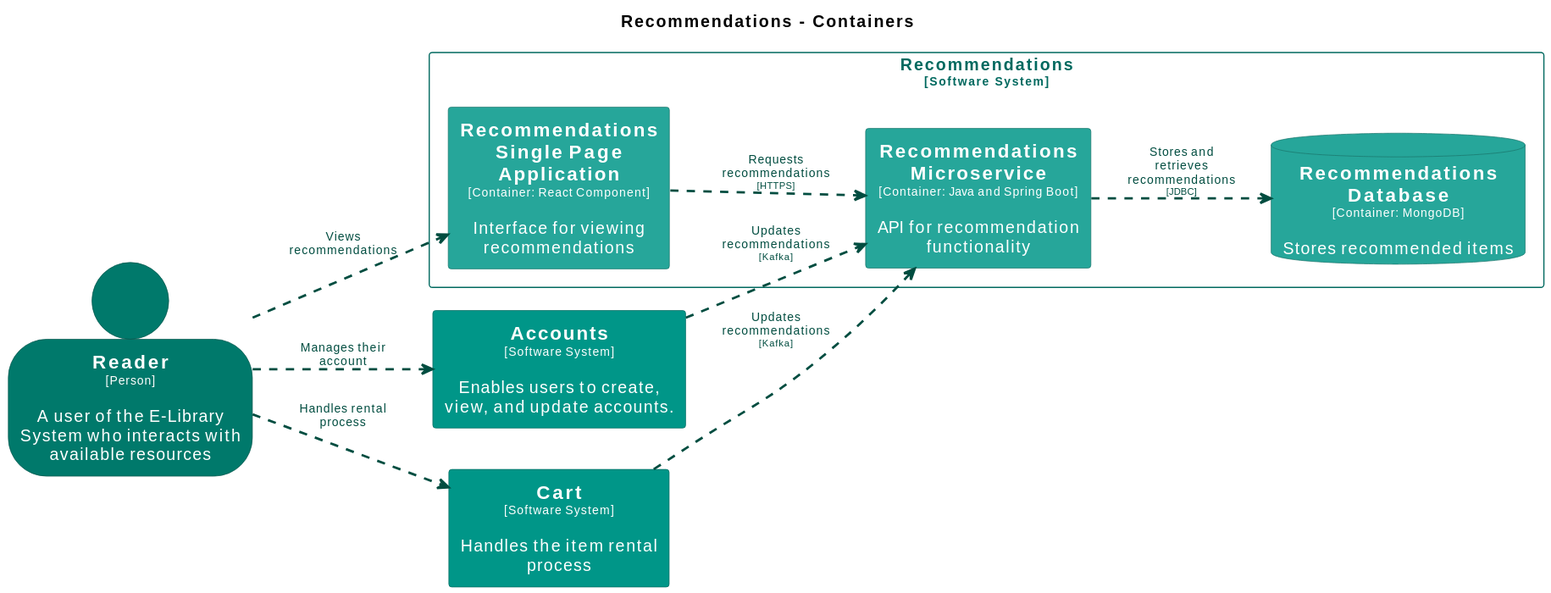
The PlantUML diagram main/svg/Container-005.svg in Goodmorning918/E-Library-Architecture, before a commit. Its source is kept beside it as main/puml/Container-005.puml. Source of this version:
```plantuml
@startuml
set separator none
title Recommendations - Containers

left to right direction

skinparam {
  arrowFontSize 10
  defaultTextAlignment center
  wrapWidth 200
  maxMessageSize 100
}

hide stereotype

skinparam rectangle<<Accounts>> {
  BackgroundColor #009688
  FontColor #ffffff
  BorderColor #00695f
  shadowing false
}
skinparam rectangle<<Cart>> {
  BackgroundColor #009688
  FontColor #ffffff
  BorderColor #00695f
  shadowing false
}
skinparam person<<Reader>> {
  BackgroundColor #00796b
  FontColor #ffffff
  BorderColor #00544a
  shadowing false
}
skinparam database<<Recommendations.RecommendationsDatabase>> {
  BackgroundColor #26a69a
  FontColor #ffffff
  BorderColor #1a746b
  shadowing false
}
skinparam rectangle<<Recommendations.RecommendationsMicroservice>> {
  BackgroundColor #26a69a
  FontColor #ffffff
  BorderColor #1a746b
  shadowing false
}
skinparam rectangle<<Recommendations.RecommendationsSinglePageApplication>> {
  BackgroundColor #26a69a
  FontColor #ffffff
  BorderColor #1a746b
  shadowing false
}
skinparam rectangle<<Recommendations>> {
  BorderColor #00695f
  FontColor #00695f
  shadowing false
}

person "==Reader\n<size:10>[Person]</size>\n\nA user of the E-Library System who interacts with available resources" <<Reader>> as Reader
rectangle "==Accounts\n<size:10>[Software System]</size>\n\nEnables users to create, view, and update accounts." <<Accounts>> as Accounts
rectangle "==Cart\n<size:10>[Software System]</size>\n\nHandles the item rental process" <<Cart>> as Cart

rectangle "Recommendations\n<size:10>[Software System]</size>" <<Recommendations>> {
  rectangle "==Recommendations Single Page Application\n<size:10>[Container: React Component]</size>\n\nInterface for viewing recommendations" <<Recommendations.RecommendationsSinglePageApplication>> as Recommendations.RecommendationsSinglePageApplication
  rectangle "==Recommendations Microservice\n<size:10>[Container: Java and Spring Boot]</size>\n\nAPI for recommendation functionality" <<Recommendations.RecommendationsMicroservice>> as Recommendations.RecommendationsMicroservice
  database "==Recommendations Database\n<size:10>[Container: MongoDB]</size>\n\nStores recommended items" <<Recommendations.RecommendationsDatabase>> as Recommendations.RecommendationsDatabase
}

Reader .[#004d40,thickness=2].> Accounts : "<color:#004d40>Manages their account"
Reader .[#004d40,thickness=2].> Cart : "<color:#004d40>Handles rental process"
Reader .[#004d40,thickness=2].> Recommendations.RecommendationsSinglePageApplication : "<color:#004d40>Views recommendations"
Accounts .[#004d40,thickness=2].> Recommendations.RecommendationsMicroservice : "<color:#004d40>Updates recommendations\n<color:#004d40><size:8>[Kafka]</size>"
Cart .[#004d40,thickness=2].> Recommendations.RecommendationsMicroservice : "<color:#004d40>Updates recommendations\n<color:#004d40><size:8>[Kafka]</size>"
Recommendations.RecommendationsSinglePageApplication .[#004d40,thickness=2].> Recommendations.RecommendationsMicroservice : "<color:#004d40>Requests recommendations\n<color:#004d40><size:8>[HTTPS]</size>"
Recommendations.RecommendationsMicroservice .[#004d40,thickness=2].> Recommendations.RecommendationsDatabase : "<color:#004d40>Stores and retrieves recommendations\n<color:#004d40><size:8>[JDBC]</size>"
@enduml
```
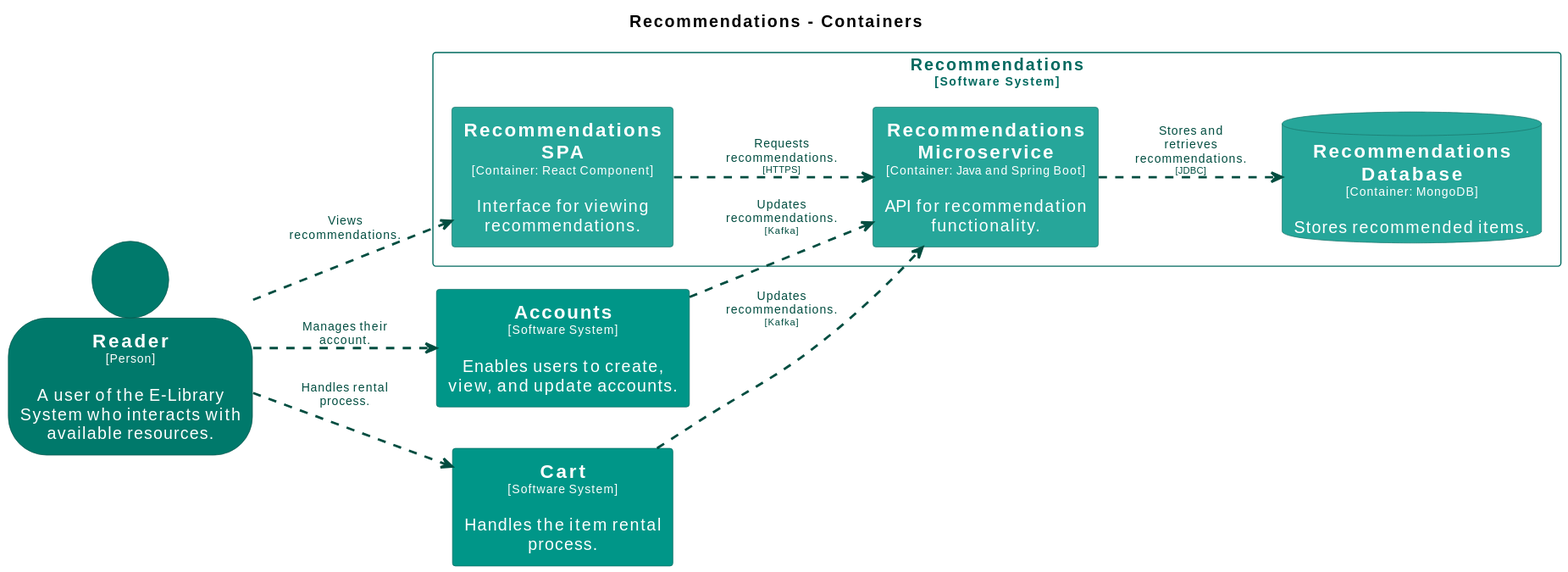
The same diagram one commit later.

Diff of the diagram source:
```diff
@@ -43,7 +43,7 @@
   BorderColor #1a746b
   shadowing false
 }
-skinparam rectangle<<Recommendations.RecommendationsSinglePageApplication>> {
+skinparam rectangle<<Recommendations.RecommendationsSPA>> {
   BackgroundColor #26a69a
   FontColor #ffffff
   BorderColor #1a746b
@@ -55,21 +55,21 @@
   shadowing false
 }
 
-person "==Reader\n<size:10>[Person]</size>\n\nA user of the E-Library System who interacts with available resources" <<Reader>> as Reader
+person "==Reader\n<size:10>[Person]</size>\n\nA user of the E-Library System who interacts with available resources." <<Reader>> as Reader
 rectangle "==Accounts\n<size:10>[Software System]</size>\n\nEnables users to create, view, and update accounts." <<Accounts>> as Accounts
-rectangle "==Cart\n<size:10>[Software System]</size>\n\nHandles the item rental process" <<Cart>> as Cart
+rectangle "==Cart\n<size:10>[Software System]</size>\n\nHandles the item rental process." <<Cart>> as Cart
 
 rectangle "Recommendations\n<size:10>[Software System]</size>" <<Recommendations>> {
-  rectangle "==Recommendations Single Page Application\n<size:10>[Container: React Component]</size>\n\nInterface for viewing recommendations" <<Recommendations.RecommendationsSinglePageApplication>> as Recommendations.RecommendationsSinglePageApplication
-  rectangle "==Recommendations Microservice\n<size:10>[Container: Java and Spring Boot]</size>\n\nAPI for recommendation functionality" <<Recommendations.RecommendationsMicroservice>> as Recommendations.RecommendationsMicroservice
-  database "==Recommendations Database\n<size:10>[Container: MongoDB]</size>\n\nStores recommended items" <<Recommendations.RecommendationsDatabase>> as Recommendations.RecommendationsDatabase
+  rectangle "==Recommendations SPA\n<size:10>[Container: React Component]</size>\n\nInterface for viewing recommendations." <<Recommendations.RecommendationsSPA>> as Recommendations.RecommendationsSPA
+  rectangle "==Recommendations Microservice\n<size:10>[Container: Java and Spring Boot]</size>\n\nAPI for recommendation functionality." <<Recommendations.RecommendationsMicroservice>> as Recommendations.RecommendationsMicroservice
+  database "==Recommendations Database\n<size:10>[Container: MongoDB]</size>\n\nStores recommended items." <<Recommendations.RecommendationsDatabase>> as Recommendations.RecommendationsDatabase
 }
 
-Reader .[#004d40,thickness=2].> Accounts : "<color:#004d40>Manages their account"
-Reader .[#004d40,thickness=2].> Cart : "<color:#004d40>Handles rental process"
-Reader .[#004d40,thickness=2].> Recommendations.RecommendationsSinglePageApplication : "<color:#004d40>Views recommendations"
-Accounts .[#004d40,thickness=2].> Recommendations.RecommendationsMicroservice : "<color:#004d40>Updates recommendations\n<color:#004d40><size:8>[Kafka]</size>"
-Cart .[#004d40,thickness=2].> Recommendations.RecommendationsMicroservice : "<color:#004d40>Updates recommendations\n<color:#004d40><size:8>[Kafka]</size>"
-Recommendations.RecommendationsSinglePageApplication .[#004d40,thickness=2].> Recommendations.RecommendationsMicroservice : "<color:#004d40>Requests recommendations\n<color:#004d40><size:8>[HTTPS]</size>"
-Recommendations.RecommendationsMicroservice .[#004d40,thickness=2].> Recommendations.RecommendationsDatabase : "<color:#004d40>Stores and retrieves recommendations\n<color:#004d40><size:8>[JDBC]</size>"
+Reader .[#004d40,thickness=2].> Accounts : "<color:#004d40>Manages their account."
+Reader .[#004d40,thickness=2].> Cart : "<color:#004d40>Handles rental process."
+Reader .[#004d40,thickness=2].> Recommendations.RecommendationsSPA : "<color:#004d40>Views recommendations."
+Accounts .[#004d40,thickness=2].> Recommendations.RecommendationsMicroservice : "<color:#004d40>Updates recommendations.\n<color:#004d40><size:8>[Kafka]</size>"
+Cart .[#004d40,thickness=2].> Recommendations.RecommendationsMicroservice : "<color:#004d40>Updates recommendations.\n<color:#004d40><size:8>[Kafka]</size>"
+Recommendations.RecommendationsSPA .[#004d40,thickness=2].> Recommendations.RecommendationsMicroservice : "<color:#004d40>Requests recommendations.\n<color:#004d40><size:8>[HTTPS]</size>"
+Recommendations.RecommendationsMicroservice .[#004d40,thickness=2].> Recommendations.RecommendationsDatabase : "<color:#004d40>Stores and retrieves recommendations.\n<color:#004d40><size:8>[JDBC]</size>"
 @enduml
```
